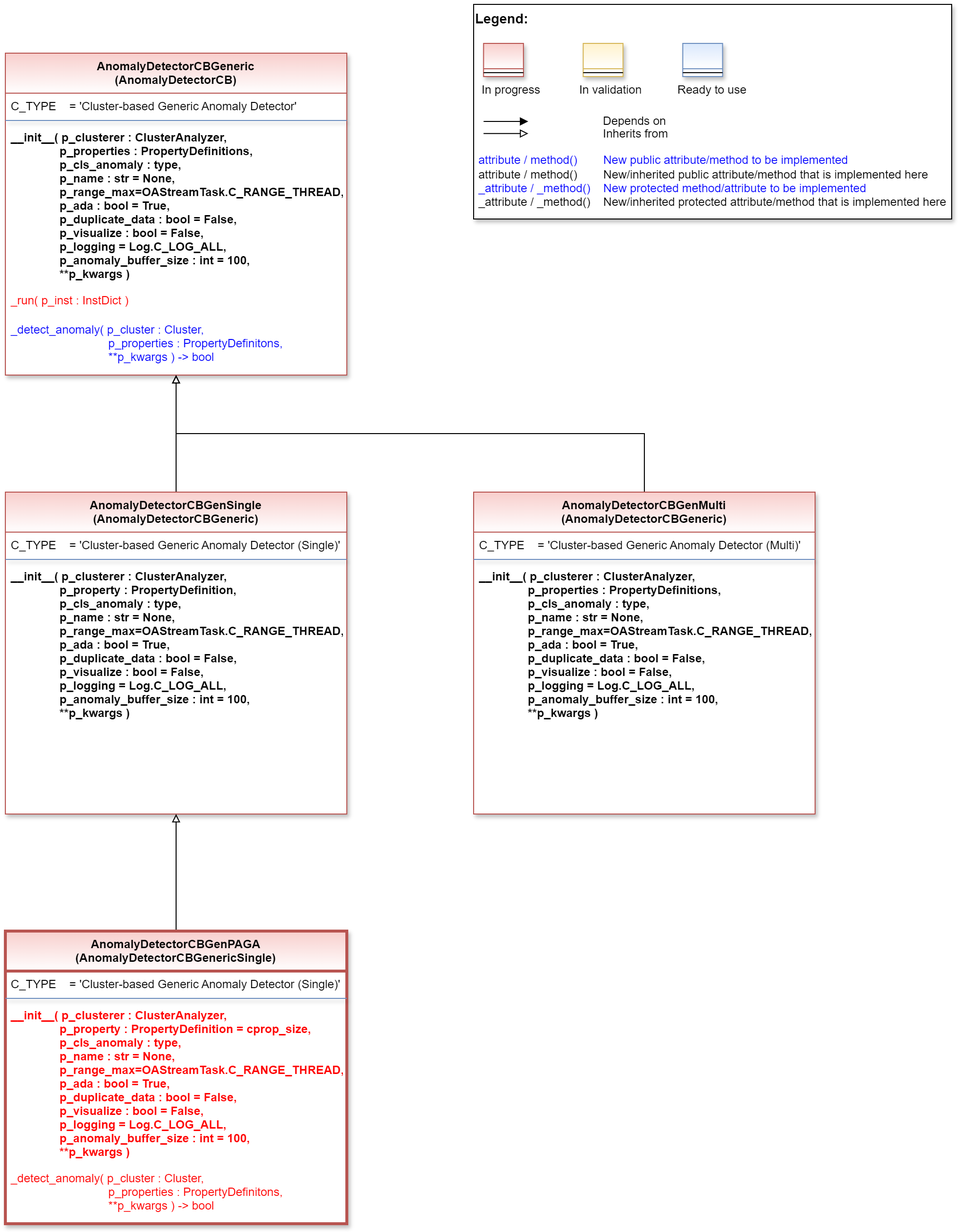
Before: doc/rtd/content/99_appendices/appendix2/sub/mlpro_oa/streams/30_anomaly_detection/20_cluster_based/generic/images/MLPro-OA-CB-Gen-Anomaly-Detectors_class_diagram.drawio.png, a diagram exported from draw.io (fhswf/MLPro). Source tidied: cells renumbered, new cells last; positions are measured from the earlier drawing's top-left corner, leaving out a move shared by most shapes.
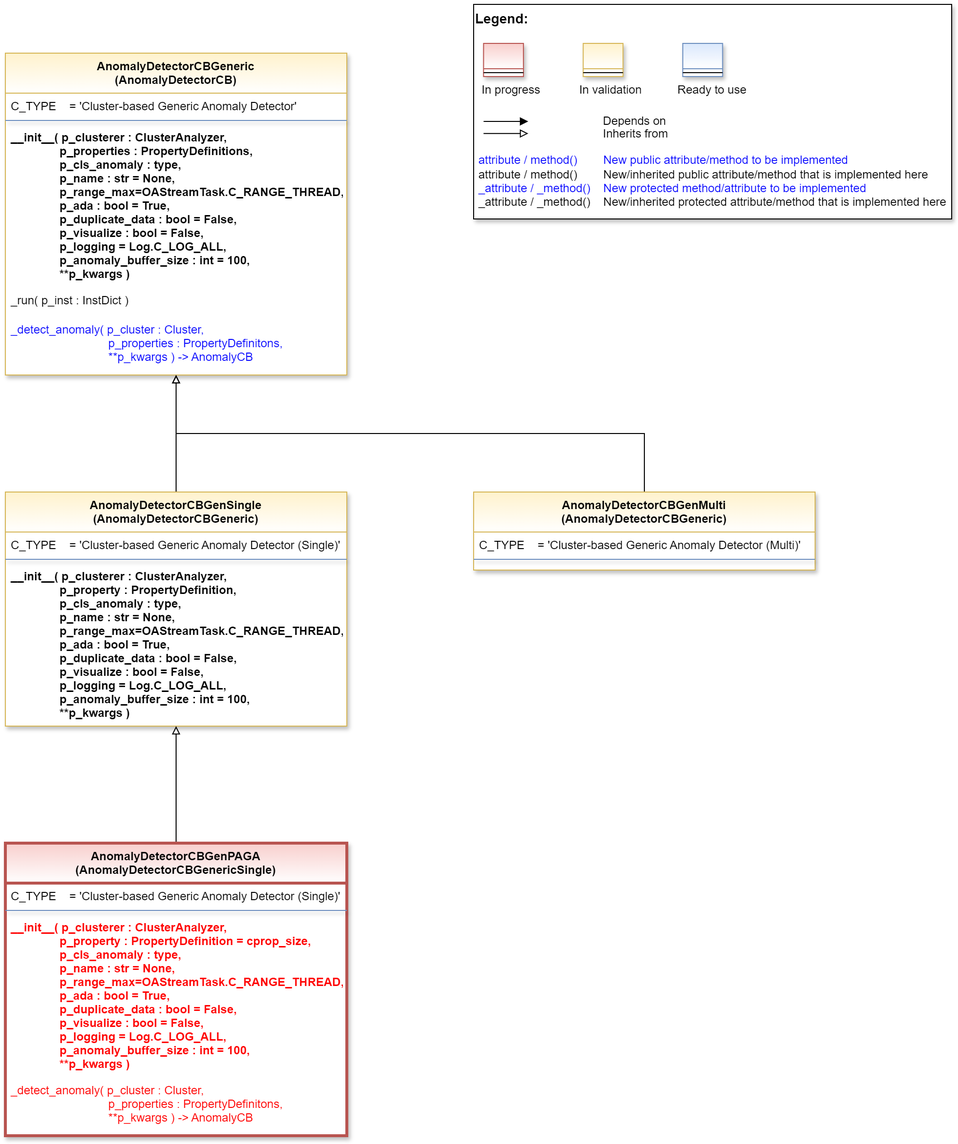
After the commit.

Commit message:
OA: New cluster-based point anomaly detector #1160

What changed in the source:
```diff
@@ -43,7 +43,7 @@
     <mxCell id="11" style="line;html=1;strokeWidth=1;align=left;verticalAlign=middle;spacingTop=-1;spacingLeft=3;spacingRight=3;labelPosition=right;" parent="10" vertex="1">
       <mxGeometry y="26" width="40.8" height="8" as="geometry" />
     </mxCell>
-    <mxCell id="12" value="AnomalyDetectorCBGeneric&#10;(AnomalyDetectorCB)" style="swimlane;align=center;verticalAlign=top;horizontal=1;startSize=41;rounded=0;shadow=1;strokeWidth=1;fillColor=#f8cecc;strokeColor=#b85450;swimlaneFillColor=#ffffff;gradientColor=#FFFFFF;" parent="1" vertex="1">
+    <mxCell id="12" value="AnomalyDetectorCBGeneric&#10;(AnomalyDetectorCB)" style="swimlane;align=center;verticalAlign=top;horizontal=1;startSize=41;rounded=0;shadow=1;strokeWidth=1;fillColor=#fff2cc;strokeColor=#d6b656;swimlaneFillColor=#ffffff;gradientColor=#FFFFFF;" parent="1" vertex="1">
       <mxGeometry y="50" width="350" height="330" as="geometry" />
     </mxCell>
     <mxCell id="13" value="C_TYPE    = 'Cluster-based Generic Anomaly Detector'" style="text;align=left;verticalAlign=top;spacingLeft=4;spacingRight=4;overflow=hidden;" parent="12" vertex="1">
@@ -55,17 +55,17 @@
     <mxCell id="15" value="__init__( p_clusterer : ClusterAnalyzer,&#10;               p_properties : PropertyDefinitions,&#10;               p_cls_anomaly : type,&#10;               p_name : str = None,&#10;               p_range_max=OAStreamTask.C_RANGE_THREAD,&#10;               p_ada : bool = True,&#10;               p_duplicate_data : bool = False,&#10;               p_visualize : bool = False,&#10;               p_logging = Log.C_LOG_ALL,&#10;               p_anomaly_buffer_size : int = 100,&#10;               **p_kwargs )" style="text;align=left;verticalAlign=top;spacingLeft=4;spacingRight=4;overflow=hidden;fontStyle=1;" parent="12" vertex="1">
       <mxGeometry y="73" width="350" height="167" as="geometry" />
     </mxCell>
-    <mxCell id="16" value="_run( p_inst : InstDict )" style="text;align=left;verticalAlign=top;spacingLeft=4;spacingRight=4;overflow=hidden;shadow=1;fontColor=#FF0000;" parent="12" vertex="1">
+    <mxCell id="16" value="_run( p_inst : InstDict )" style="text;align=left;verticalAlign=top;spacingLeft=4;spacingRight=4;overflow=hidden;shadow=1;fontColor=default;" parent="12" vertex="1">
       <mxGeometry y="240" width="350" height="30" as="geometry" />
     </mxCell>
-    <mxCell id="17" value="_detect_anomaly( p_cluster : Cluster,&#10;                              p_properties : PropertyDefinitons,&#10;                              **p_kwargs ) -&gt; bool" style="text;align=left;verticalAlign=top;spacingLeft=4;spacingRight=4;overflow=hidden;shadow=1;fontColor=#0000FF;" parent="12" vertex="1">
+    <mxCell id="17" value="_detect_anomaly( p_cluster : Cluster,&#10;                              p_properties : PropertyDefinitons,&#10;                              **p_kwargs ) -&gt; AnomalyCB" style="text;align=left;verticalAlign=top;spacingLeft=4;spacingRight=4;overflow=hidden;shadow=1;fontColor=#0000FF;" parent="12" vertex="1">
       <mxGeometry y="270" width="350" height="56" as="geometry" />
     </mxCell>
     <mxCell id="18" style="edgeStyle=orthogonalEdgeStyle;rounded=0;jettySize=auto;html=1;entryX=0.5;entryY=1;entryDx=0;entryDy=0;endArrow=block;endFill=0;" parent="1" edge="1" source="19" target="12">
       <mxGeometry relative="1" as="geometry" />
     </mxCell>
-    <mxCell id="19" value="AnomalyDetectorCBGenSingle&#10;(AnomalyDetectorCBGeneric)" style="swimlane;align=center;verticalAlign=top;horizontal=1;startSize=41;rounded=0;shadow=1;strokeWidth=1;fillColor=#f8cecc;strokeColor=#b85450;swimlaneFillColor=#ffffff;gradientColor=#FFFFFF;" parent="1" vertex="1">
-      <mxGeometry y="500" width="350" height="330" as="geometry" />
+    <mxCell id="19" value="AnomalyDetectorCBGenSingle&#10;(AnomalyDetectorCBGeneric)" style="swimlane;align=center;verticalAlign=top;horizontal=1;startSize=41;rounded=0;shadow=1;strokeWidth=1;fillColor=#fff2cc;strokeColor=#d6b656;swimlaneFillColor=#ffffff;gradientColor=#FFFFFF;" parent="1" vertex="1">
+      <mxGeometry y="500" width="350" height="240" as="geometry" />
     </mxCell>
     <mxCell id="20" value="C_TYPE    = 'Cluster-based Generic Anomaly Detector (Single)'" style="text;align=left;verticalAlign=top;spacingLeft=4;spacingRight=4;overflow=hidden;" parent="19" vertex="1">
       <mxGeometry y="41" width="350" height="24" as="geometry" />
@@ -84,8 +84,8 @@
         </Array>
       </mxGeometry>
     </mxCell>
-    <mxCell id="24" value="AnomalyDetectorCBGenMulti&#10;(AnomalyDetectorCBGeneric)" style="swimlane;align=center;verticalAlign=top;horizontal=1;startSize=41;rounded=0;shadow=1;strokeWidth=1;fillColor=#f8cecc;strokeColor=#b85450;swimlaneFillColor=#ffffff;gradientColor=#FFFFFF;" parent="1" vertex="1">
-      <mxGeometry x="480" y="500" width="350" height="330" as="geometry" />
+    <mxCell id="24" value="AnomalyDetectorCBGenMulti&#10;(AnomalyDetectorCBGeneric)" style="swimlane;align=center;verticalAlign=top;horizontal=1;startSize=41;rounded=0;shadow=1;strokeWidth=1;fillColor=#fff2cc;strokeColor=#d6b656;swimlaneFillColor=#ffffff;gradientColor=#FFFFFF;" parent="1" vertex="1">
+      <mxGeometry x="480" y="500" width="350" height="80" as="geometry" />
     </mxCell>
     <mxCell id="25" value="C_TYPE    = 'Cluster-based Generic Anomaly Detector (Multi)'" style="text;align=left;verticalAlign=top;spacingLeft=4;spacingRight=4;overflow=hidden;" parent="24" vertex="1">
       <mxGeometry y="41" width="350" height="24" as="geometry" />
@@ -93,26 +93,23 @@
     <mxCell id="26" style="line;html=1;strokeWidth=1;align=center;verticalAlign=top;spacingTop=-1;spacingLeft=3;spacingRight=3;labelPosition=right;rounded=0;shadow=1;strokeColor=#6c8ebf;swimlaneFillColor=#ffffff;fontFamily=Helvetica;fontSize=12;fontColor=default;fontStyle=3;fillColor=#dae8fc;gradientColor=#ffffff;" parent="24" vertex="1">
       <mxGeometry y="65" width="350" height="8" as="geometry" />
     </mxCell>
-    <mxCell id="27" value="__init__( p_clusterer : ClusterAnalyzer,&#10;               p_properties : PropertyDefinitions,&#10;               p_cls_anomaly : type,&#10;               p_name : str = None,&#10;               p_range_max=OAStreamTask.C_RANGE_THREAD,&#10;               p_ada : bool = True,&#10;               p_duplicate_data : bool = False,&#10;               p_visualize : bool = False,&#10;               p_logging = Log.C_LOG_ALL,&#10;               p_anomaly_buffer_size : int = 100,&#10;               **p_kwargs )" style="text;align=left;verticalAlign=top;spacingLeft=4;spacingRight=4;overflow=hidden;fontStyle=1;" parent="24" vertex="1">
-      <mxGeometry y="73" width="350" height="167" as="geometry" />
+    <mxCell id="27" style="edgeStyle=orthogonalEdgeStyle;rounded=0;jettySize=auto;html=1;endArrow=block;endFill=0;" parent="1" edge="1" source="28" target="19">
+      <mxGeometry relative="1" as="geometry" />
     </mxCell>
-    <mxCell id="28" style="edgeStyle=orthogonalEdgeStyle;rounded=0;jettySize=auto;html=1;endArrow=block;endFill=0;" parent="1" edge="1" source="29" target="19">
-      <mxGeometry relative="1" as="geometry" />
+    <mxCell id="28" value="AnomalyDetectorCBGenPAGA&#10;(AnomalyDetectorCBGenericSingle)" style="swimlane;align=center;verticalAlign=top;horizontal=1;startSize=41;rounded=0;shadow=1;strokeWidth=3;fillColor=#f8cecc;strokeColor=#b85450;swimlaneFillColor=#ffffff;gradientColor=#FFFFFF;" parent="1" vertex="1">
+      <mxGeometry y="860" width="350" height="300" as="geometry" />
     </mxCell>
-    <mxCell id="29" value="AnomalyDetectorCBGenPAGA&#10;(AnomalyDetectorCBGenericSingle)" style="swimlane;align=center;verticalAlign=top;horizontal=1;startSize=41;rounded=0;shadow=1;strokeWidth=3;fillColor=#f8cecc;strokeColor=#b85450;swimlaneFillColor=#ffffff;gradientColor=#FFFFFF;" parent="1" vertex="1">
-      <mxGeometry y="950" width="350" height="300" as="geometry" />
+    <mxCell id="29" value="C_TYPE    = 'Cluster-based Generic Anomaly Detector (Single)'" style="text;align=left;verticalAlign=top;spacingLeft=4;spacingRight=4;overflow=hidden;points=[[0,0.5],[1,0.5]];portConstraint=eastwest;" parent="28" vertex="1">
+      <mxGeometry y="41" width="350" height="24" as="geometry" />
     </mxCell>
-    <mxCell id="30" value="C_TYPE    = 'Cluster-based Generic Anomaly Detector (Single)'" style="text;align=left;verticalAlign=top;spacingLeft=4;spacingRight=4;overflow=hidden;" parent="29" vertex="1">
-      <mxGeometry y="41" width="350" height="24" as="geometry" />
+    <mxCell id="30" style="line;html=1;strokeWidth=1;align=center;verticalAlign=top;spacingTop=-1;spacingLeft=3;spacingRight=3;labelPosition=right;rounded=0;shadow=1;strokeColor=#6c8ebf;swimlaneFillColor=#ffffff;fontFamily=Helvetica;fontSize=12;fontColor=default;fontStyle=3;fillColor=#dae8fc;gradientColor=#ffffff;" parent="28" vertex="1">
+      <mxGeometry y="65" width="350" height="8" as="geometry" />
     </mxCell>
-    <mxCell id="31" style="line;html=1;strokeWidth=1;align=center;verticalAlign=top;spacingTop=-1;spacingLeft=3;spacingRight=3;labelPosition=right;rounded=0;shadow=1;strokeColor=#6c8ebf;swimlaneFillColor=#ffffff;fontFamily=Helvetica;fontSize=12;fontColor=default;fontStyle=3;fillColor=#dae8fc;gradientColor=#ffffff;" parent="29" vertex="1">
-      <mxGeometry y="65" width="350" height="8" as="geometry" />
+    <mxCell id="31" value="__init__( p_clusterer : ClusterAnalyzer,&#10;               p_property : PropertyDefinition = cprop_size,&#10;               p_cls_anomaly : type,&#10;               p_name : str = None,&#10;               p_range_max=OAStreamTask.C_RANGE_THREAD,&#10;               p_ada : bool = True,&#10;               p_duplicate_data : bool = False,&#10;               p_visualize : bool = False,&#10;               p_logging = Log.C_LOG_ALL,&#10;               p_anomaly_buffer_size : int = 100,&#10;               **p_kwargs )" style="text;align=left;verticalAlign=top;spacingLeft=4;spacingRight=4;overflow=hidden;fontStyle=1;fontColor=#FF0000;" parent="28" vertex="1">
+      <mxGeometry y="73" width="350" height="167" as="geometry" />
     </mxCell>
-    <mxCell id="32" value="__init__( p_clusterer : ClusterAnalyzer,&#10;               p_property : PropertyDefinition = cprop_size,&#10;               p_cls_anomaly : type,&#10;               p_name : str = None,&#10;               p_range_max=OAStreamTask.C_RANGE_THREAD,&#10;               p_ada : bool = True,&#10;               p_duplicate_data : bool = False,&#10;               p_visualize : bool = False,&#10;               p_logging = Log.C_LOG_ALL,&#10;               p_anomaly_buffer_size : int = 100,&#10;               **p_kwargs )" style="text;align=left;verticalAlign=top;spacingLeft=4;spacingRight=4;overflow=hidden;fontStyle=1;fontColor=#FF0000;" parent="29" vertex="1">
-      <mxGeometry y="73" width="350" height="167" as="geometry" />
+    <mxCell id="32" value="_detect_anomaly( p_cluster : Cluster,&#10;                              p_properties : PropertyDefinitons,&#10;                              **p_kwargs ) -&gt; AnomalyCB" style="text;align=left;verticalAlign=top;spacingLeft=4;spacingRight=4;overflow=hidden;shadow=1;fontColor=#FF0000;" parent="28" vertex="1">
+      <mxGeometry y="240" width="350" height="56" as="geometry" />
     </mxCell>
-    <mxCell id="33" value="_detect_anomaly( p_cluster : Cluster,&#10;                              p_properties : PropertyDefinitons,&#10;                              **p_kwargs ) -&gt; bool" style="text;align=left;verticalAlign=top;spacingLeft=4;spacingRight=4;overflow=hidden;shadow=1;fontColor=#FF0000;" parent="29" vertex="1">
-      <mxGeometry y="240" width="350" height="56" as="geometry" />
-    </mxCell>
   </root>
 </mxGraphModel>
```
